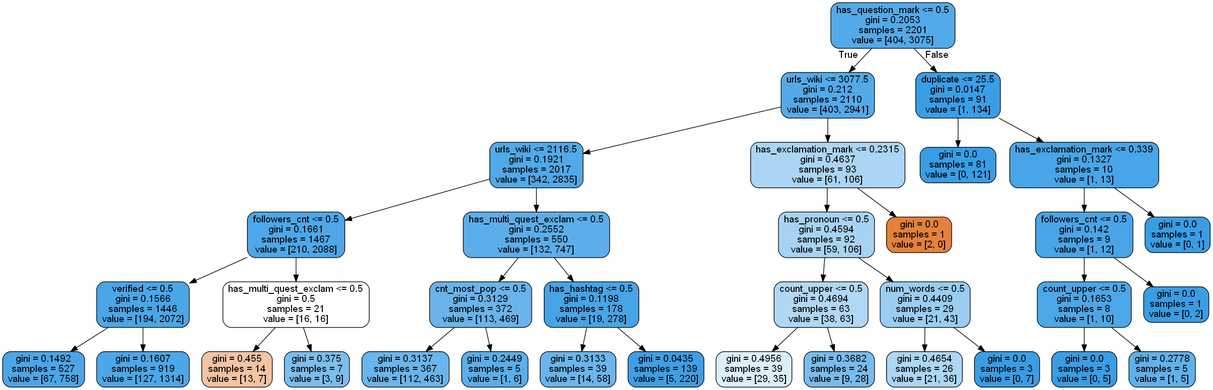
Earlier version of the Graphviz export Python/twitter_filter/trees/dtree3.png (burningskies42/Twitter_Analytics). Its source is kept beside it as Python/twitter_filter/trees/dtree3.dot.
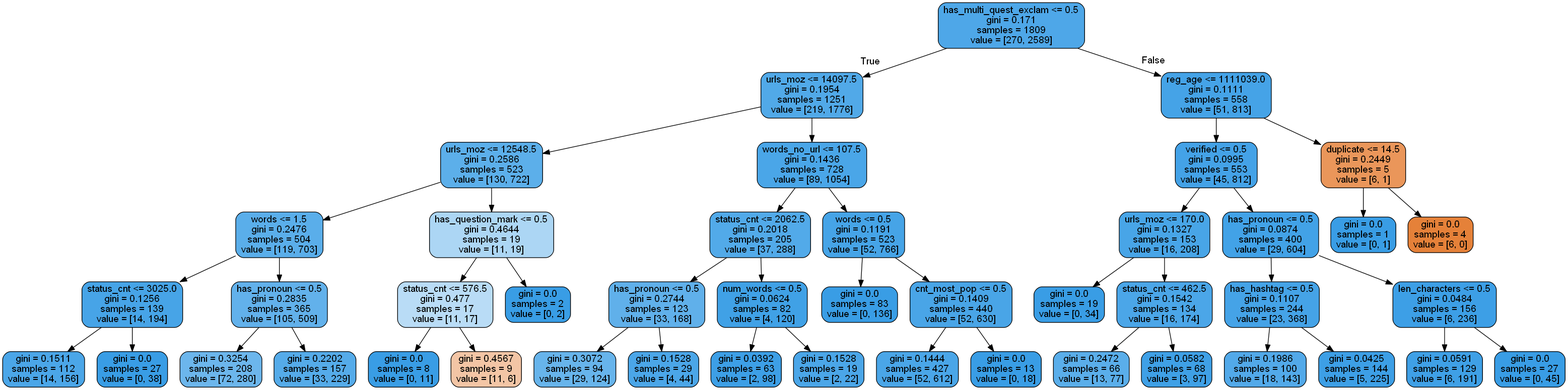
Above is the later version.

The edit, as a diff of the source:
```diff
@@ -1,73 +1,93 @@
 digraph Tree {
 node [shape=box, style="filled, rounded", color="black", fontname=helvetica] ;
 edge [fontname=helvetica] ;
-0 [label="has_question_mark <= 0.5\ngini = 0.2053\nsamples = 2201\nvalue = [404, 3075]", fillcolor="#399de5dd"] ;
-1 [label="urls_wiki <= 3077.5\ngini = 0.212\nsamples = 2110\nvalue = [403, 2941]", fillcolor="#399de5dc"] ;
+0 [label="has_multi_quest_exclam <= 0.5\ngini = 0.171\nsamples = 1809\nvalue = [270, 2589]", fillcolor="#399de5e4"] ;
+1 [label="urls_moz <= 14097.5\ngini = 0.1954\nsamples = 1251\nvalue = [219, 1776]", fillcolor="#399de5e0"] ;
 0 -> 1 [labeldistance=2.5, labelangle=45, headlabel="True"] ;
-2 [label="urls_wiki <= 2116.5\ngini = 0.1921\nsamples = 2017\nvalue = [342, 2835]", fillcolor="#399de5e0"] ;
+2 [label="urls_moz <= 12548.5\ngini = 0.2586\nsamples = 523\nvalue = [130, 722]", fillcolor="#399de5d1"] ;
 1 -> 2 ;
-3 [label="followers_cnt <= 0.5\ngini = 0.1661\nsamples = 1467\nvalue = [210, 2088]", fillcolor="#399de5e5"] ;
+3 [label="words <= 1.5\ngini = 0.2476\nsamples = 504\nvalue = [119, 703]", fillcolor="#399de5d4"] ;
 2 -> 3 ;
-4 [label="verified <= 0.5\ngini = 0.1566\nsamples = 1446\nvalue = [194, 2072]", fillcolor="#399de5e7"] ;
+4 [label="status_cnt <= 3025.0\ngini = 0.1256\nsamples = 139\nvalue = [14, 194]", fillcolor="#399de5ed"] ;
 3 -> 4 ;
-5 [label="gini = 0.1492\nsamples = 527\nvalue = [67, 758]", fillcolor="#399de5e8"] ;
+5 [label="gini = 0.1511\nsamples = 112\nvalue = [14, 156]", fillcolor="#399de5e8"] ;
 4 -> 5 ;
-6 [label="gini = 0.1607\nsamples = 919\nvalue = [127, 1314]", fillcolor="#399de5e6"] ;
+6 [label="gini = 0.0\nsamples = 27\nvalue = [0, 38]", fillcolor="#399de5ff"] ;
 4 -> 6 ;
-7 [label="has_multi_quest_exclam <= 0.5\ngini = 0.5\nsamples = 21\nvalue = [16, 16]", fillcolor="#e5813900"] ;
+7 [label="has_pronoun <= 0.5\ngini = 0.2835\nsamples = 365\nvalue = [105, 509]", fillcolor="#399de5ca"] ;
 3 -> 7 ;
-8 [label="gini = 0.455\nsamples = 14\nvalue = [13, 7]", fillcolor="#e5813976"] ;
+8 [label="gini = 0.3254\nsamples = 208\nvalue = [72, 280]", fillcolor="#399de5bd"] ;
 7 -> 8 ;
-9 [label="gini = 0.375\nsamples = 7\nvalue = [3, 9]", fillcolor="#399de5aa"] ;
+9 [label="gini = 0.2202\nsamples = 157\nvalue = [33, 229]", fillcolor="#399de5da"] ;
 7 -> 9 ;
-10 [label="has_multi_quest_exclam <= 0.5\ngini = 0.2552\nsamples = 550\nvalue = [132, 747]", fillcolor="#399de5d2"] ;
+10 [label="has_question_mark <= 0.5\ngini = 0.4644\nsamples = 19\nvalue = [11, 19]", fillcolor="#399de56b"] ;
 2 -> 10 ;
-11 [label="cnt_most_pop <= 0.5\ngini = 0.3129\nsamples = 372\nvalue = [113, 469]", fillcolor="#399de5c2"] ;
+11 [label="status_cnt <= 576.5\ngini = 0.477\nsamples = 17\nvalue = [11, 17]", fillcolor="#399de55a"] ;
 10 -> 11 ;
-12 [label="gini = 0.3137\nsamples = 367\nvalue = [112, 463]", fillcolor="#399de5c1"] ;
+12 [label="gini = 0.0\nsamples = 8\nvalue = [0, 11]", fillcolor="#399de5ff"] ;
 11 -> 12 ;
-13 [label="gini = 0.2449\nsamples = 5\nvalue = [1, 6]", fillcolor="#399de5d4"] ;
+13 [label="gini = 0.4567\nsamples = 9\nvalue = [11, 6]", fillcolor="#e5813974"] ;
 11 -> 13 ;
-14 [label="has_hashtag <= 0.5\ngini = 0.1198\nsamples = 178\nvalue = [19, 278]", fillcolor="#399de5ee"] ;
+14 [label="gini = 0.0\nsamples = 2\nvalue = [0, 2]", fillcolor="#399de5ff"] ;
 10 -> 14 ;
-15 [label="gini = 0.3133\nsamples = 39\nvalue = [14, 58]", fillcolor="#399de5c1"] ;
-14 -> 15 ;
-16 [label="gini = 0.0435\nsamples = 139\nvalue = [5, 220]", fillcolor="#399de5f9"] ;
-14 -> 16 ;
-17 [label="has_exclamation_mark <= 0.2315\ngini = 0.4637\nsamples = 93\nvalue = [61, 106]", fillcolor="#399de56c"] ;
-1 -> 17 ;
-18 [label="has_pronoun <= 0.5\ngini = 0.4594\nsamples = 92\nvalue = [59, 106]", fillcolor="#399de571"] ;
+15 [label="words_no_url <= 107.5\ngini = 0.1436\nsamples = 728\nvalue = [89, 1054]", fillcolor="#399de5e9"] ;
+1 -> 15 ;
+16 [label="status_cnt <= 2062.5\ngini = 0.2018\nsamples = 205\nvalue = [37, 288]", fillcolor="#399de5de"] ;
+15 -> 16 ;
+17 [label="has_pronoun <= 0.5\ngini = 0.2744\nsamples = 123\nvalue = [33, 168]", fillcolor="#399de5cd"] ;
+16 -> 17 ;
+18 [label="gini = 0.3072\nsamples = 94\nvalue = [29, 124]", fillcolor="#399de5c3"] ;
 17 -> 18 ;
-19 [label="count_upper <= 0.5\ngini = 0.4694\nsamples = 63\nvalue = [38, 63]", fillcolor="#399de565"] ;
-18 -> 19 ;
-20 [label="gini = 0.4956\nsamples = 39\nvalue = [29, 35]", fillcolor="#399de52c"] ;
-19 -> 20 ;
-21 [label="gini = 0.3682\nsamples = 24\nvalue = [9, 28]", fillcolor="#399de5ad"] ;
-19 -> 21 ;
-22 [label="num_words <= 0.5\ngini = 0.4409\nsamples = 29\nvalue = [21, 43]", fillcolor="#399de582"] ;
-18 -> 22 ;
-23 [label="gini = 0.4654\nsamples = 26\nvalue = [21, 36]", fillcolor="#399de56a"] ;
-22 -> 23 ;
-24 [label="gini = 0.0\nsamples = 3\nvalue = [0, 7]", fillcolor="#399de5ff"] ;
-22 -> 24 ;
-25 [label="gini = 0.0\nsamples = 1\nvalue = [2, 0]", fillcolor="#e58139ff"] ;
-17 -> 25 ;
-26 [label="duplicate <= 25.5\ngini = 0.0147\nsamples = 91\nvalue = [1, 134]", fillcolor="#399de5fd"] ;
-0 -> 26 [labeldistance=2.5, labelangle=-45, headlabel="False"] ;
-27 [label="gini = 0.0\nsamples = 81\nvalue = [0, 121]", fillcolor="#399de5ff"] ;
-26 -> 27 ;
-28 [label="has_exclamation_mark <= 0.339\ngini = 0.1327\nsamples = 10\nvalue = [1, 13]", fillcolor="#399de5eb"] ;
-26 -> 28 ;
-29 [label="followers_cnt <= 0.5\ngini = 0.142\nsamples = 9\nvalue = [1, 12]", fillcolor="#399de5ea"] ;
+19 [label="gini = 0.1528\nsamples = 29\nvalue = [4, 44]", fillcolor="#399de5e8"] ;
+17 -> 19 ;
+20 [label="num_words <= 0.5\ngini = 0.0624\nsamples = 82\nvalue = [4, 120]", fillcolor="#399de5f6"] ;
+16 -> 20 ;
+21 [label="gini = 0.0392\nsamples = 63\nvalue = [2, 98]", fillcolor="#399de5fa"] ;
+20 -> 21 ;
+22 [label="gini = 0.1528\nsamples = 19\nvalue = [2, 22]", fillcolor="#399de5e8"] ;
+20 -> 22 ;
+23 [label="words <= 0.5\ngini = 0.1191\nsamples = 523\nvalue = [52, 766]", fillcolor="#399de5ee"] ;
+15 -> 23 ;
+24 [label="gini = 0.0\nsamples = 83\nvalue = [0, 136]", fillcolor="#399de5ff"] ;
+23 -> 24 ;
+25 [label="cnt_most_pop <= 0.5\ngini = 0.1409\nsamples = 440\nvalue = [52, 630]", fillcolor="#399de5ea"] ;
+23 -> 25 ;
+26 [label="gini = 0.1444\nsamples = 427\nvalue = [52, 612]", fillcolor="#399de5e9"] ;
+25 -> 26 ;
+27 [label="gini = 0.0\nsamples = 13\nvalue = [0, 18]", fillcolor="#399de5ff"] ;
+25 -> 27 ;
+28 [label="reg_age <= 1111039.0\ngini = 0.1111\nsamples = 558\nvalue = [51, 813]", fillcolor="#399de5ef"] ;
+0 -> 28 [labeldistance=2.5, labelangle=-45, headlabel="False"] ;
+29 [label="verified <= 0.5\ngini = 0.0995\nsamples = 553\nvalue = [45, 812]", fillcolor="#399de5f1"] ;
 28 -> 29 ;
-30 [label="count_upper <= 0.5\ngini = 0.1653\nsamples = 8\nvalue = [1, 10]", fillcolor="#399de5e6"] ;
+30 [label="urls_moz <= 170.0\ngini = 0.1327\nsamples = 153\nvalue = [16, 208]", fillcolor="#399de5eb"] ;
 29 -> 30 ;
-31 [label="gini = 0.0\nsamples = 3\nvalue = [0, 5]", fillcolor="#399de5ff"] ;
+31 [label="gini = 0.0\nsamples = 19\nvalue = [0, 34]", fillcolor="#399de5ff"] ;
 30 -> 31 ;
-32 [label="gini = 0.2778\nsamples = 5\nvalue = [1, 5]", fillcolor="#399de5cc"] ;
+32 [label="status_cnt <= 462.5\ngini = 0.1542\nsamples = 134\nvalue = [16, 174]", fillcolor="#399de5e8"] ;
 30 -> 32 ;
-33 [label="gini = 0.0\nsamples = 1\nvalue = [0, 2]", fillcolor="#399de5ff"] ;
-29 -> 33 ;
-34 [label="gini = 0.0\nsamples = 1\nvalue = [0, 1]", fillcolor="#399de5ff"] ;
-28 -> 34 ;
+33 [label="gini = 0.2472\nsamples = 66\nvalue = [13, 77]", fillcolor="#399de5d4"] ;
+32 -> 33 ;
+34 [label="gini = 0.0582\nsamples = 68\nvalue = [3, 97]", fillcolor="#399de5f7"] ;
+32 -> 34 ;
+35 [label="has_pronoun <= 0.5\ngini = 0.0874\nsamples = 400\nvalue = [29, 604]", fillcolor="#399de5f3"] ;
+29 -> 35 ;
+36 [label="has_hashtag <= 0.5\ngini = 0.1107\nsamples = 244\nvalue = [23, 368]", fillcolor="#399de5ef"] ;
+35 -> 36 ;
+37 [label="gini = 0.1986\nsamples = 100\nvalue = [18, 143]", fillcolor="#399de5df"] ;
+36 -> 37 ;
+38 [label="gini = 0.0425\nsamples = 144\nvalue = [5, 225]", fillcolor="#399de5f9"] ;
+36 -> 38 ;
+39 [label="len_characters <= 0.5\ngini = 0.0484\nsamples = 156\nvalue = [6, 236]", fillcolor="#399de5f9"] ;
+35 -> 39 ;
+40 [label="gini = 0.0591\nsamples = 129\nvalue = [6, 191]", fillcolor="#399de5f7"] ;
+39 -> 40 ;
+41 [label="gini = 0.0\nsamples = 27\nvalue = [0, 45]", fillcolor="#399de5ff"] ;
+39 -> 41 ;
+42 [label="duplicate <= 14.5\ngini = 0.2449\nsamples = 5\nvalue = [6, 1]", fillcolor="#e58139d4"] ;
+28 -> 42 ;
+43 [label="gini = 0.0\nsamples = 1\nvalue = [0, 1]", fillcolor="#399de5ff"] ;
+42 -> 43 ;
+44 [label="gini = 0.0\nsamples = 4\nvalue = [6, 0]", fillcolor="#e58139ff"] ;
+42 -> 44 ;
 }
```
